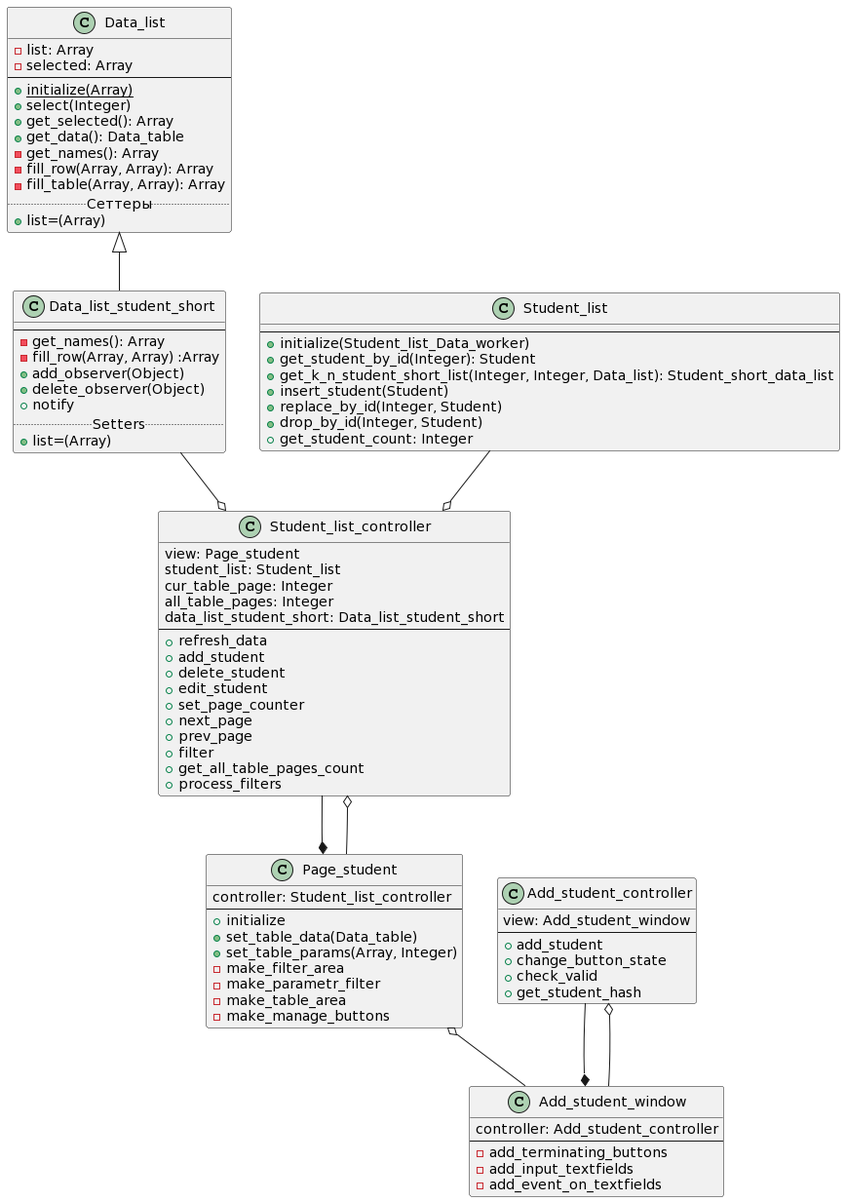
VitalijGolovij/PatternProgLabs keeps this PlantUML diagram as Lab2/Student/diagrams/MVC.png. Above is the earlier version.
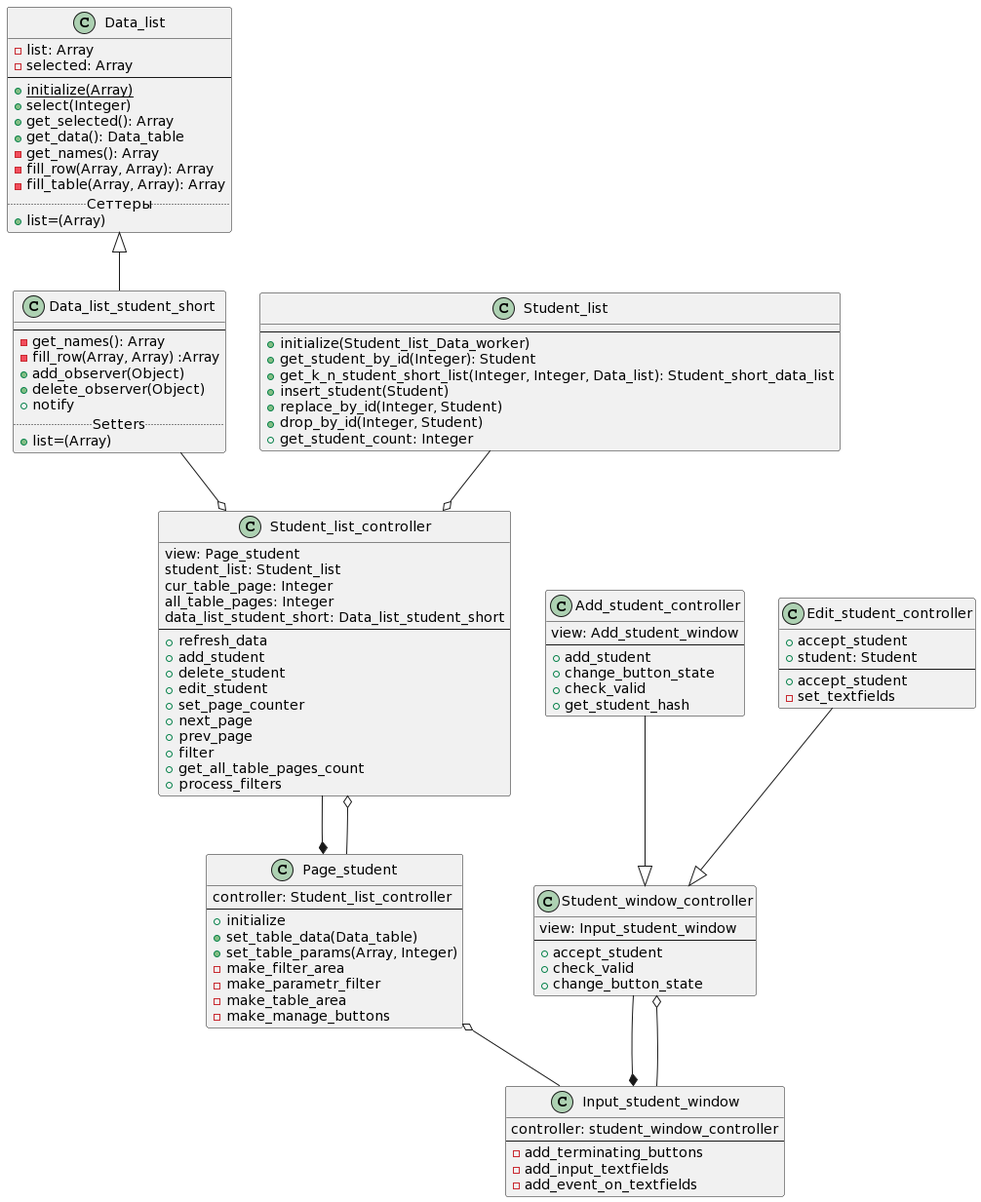
Above is the later version.

Diff of the diagram source:
```diff
@@ -71,9 +71,9 @@
 +process_filters
 }
 
-class Add_student_window
+class Input_student_window
 {
-controller: Add_student_controller
+controller: student_window_controller
 --
 -add_terminating_buttons
 -add_input_textfields
@@ -90,12 +90,36 @@
 +get_student_hash
 }
 
+class Edit_student_controller
+{
++accept_student
+}
+
+class Edit_student_controller
+{
++student: Student
+--
++accept_student
+-set_textfields
+}
+
+class Student_window_controller
+{
+view: Input_student_window
+--
++accept_student
++check_valid
++change_button_state
+}
+
+Add_student_controller --|> Student_window_controller
+Edit_student_controller --|> Student_window_controller
 Data_list <|-- Data_list_student_short
 Student_list_controller --* Page_student
 Student_list_controller o-- Page_student
 Student_list --o Student_list_controller
 Data_list_student_short --o Student_list_controller
-Page_student o-- Add_student_window
-Add_student_controller --* Add_student_window
-Add_student_controller o-- Add_student_window
+Page_student o-- Input_student_window
+Student_window_controller --* Input_student_window
+Student_window_controller o-- Input_student_window
 @enduml
```
